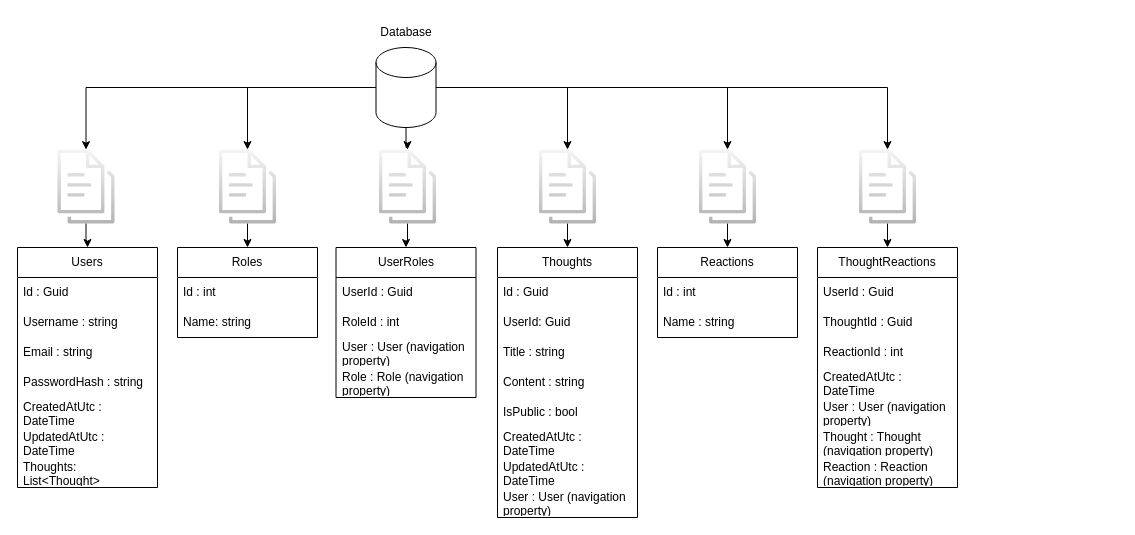
This is page "1 oldal" (1 of 2) of backend/Database.drawio from Fall1nglight/Thoughts.io, a draw.io file, before an edit. Source tidied: cells renumbered, new cells numbered last; positions are measured from the earlier drawing's top-left corner, leaving out a move shared by most shapes. Both pictures are drawn from the tidied source at 100%, with x=0, y=0 at pixel (17, 17).
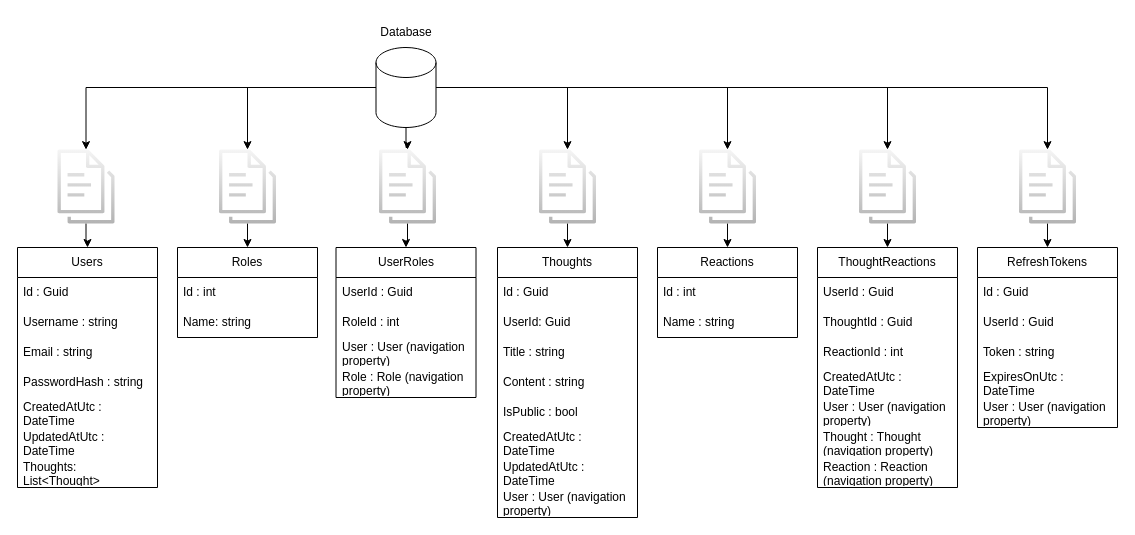
The same page after the edit.

Commit message (it also covers changes not shown here):
📈 progress: updated database structure, 🔧 fix: stop tracking draw.io backup

The change refers to these unchanged cells:
```xml
<mxCell id="8" style="shape=cylinder3;whiteSpace=wrap;html=1;boundedLbl=1;backgroundOutline=1;size=15;" parent="1" vertex="1">
  <mxGeometry x="358.5" y="30" width="60" height="80" as="geometry" />
</mxCell>
```

Diff of the diagram source:
```diff
@@
+    <mxCell id="58" style="edgeStyle=orthogonalEdgeStyle;rounded=0;jettySize=auto;html=1;" parent="1" edge="1" source="8" target="66">
+      <mxGeometry relative="1" as="geometry" />
+    </mxCell>
@@
+    <mxCell id="59" value="RefreshTokens" style="swimlane;fontStyle=0;horizontal=1;startSize=30;whiteSpace=wrap;html=1;" parent="1" vertex="1">
+      <mxGeometry x="960" y="230" width="140" height="180" as="geometry" />
+    </mxCell>
+    <mxCell id="60" value="Id : Guid" style="text;strokeColor=none;fillColor=none;align=left;verticalAlign=middle;spacingLeft=4;spacingRight=4;overflow=hidden;whiteSpace=wrap;html=1;" parent="59" vertex="1">
+      <mxGeometry y="30" width="140" height="30" as="geometry" />
+    </mxCell>
+    <mxCell id="61" value="UserId : Guid" style="text;strokeColor=none;fillColor=none;align=left;verticalAlign=middle;spacingLeft=4;spacingRight=4;overflow=hidden;whiteSpace=wrap;html=1;" parent="59" vertex="1">
+      <mxGeometry y="60" width="140" height="30" as="geometry" />
+    </mxCell>
+    <mxCell id="62" value="Token : string" style="text;strokeColor=none;fillColor=none;align=left;verticalAlign=middle;spacingLeft=4;spacingRight=4;overflow=hidden;whiteSpace=wrap;html=1;" parent="59" vertex="1">
+      <mxGeometry y="90" width="140" height="30" as="geometry" />
+    </mxCell>
+    <mxCell id="63" value="ExpiresOnUtc : DateTime" style="text;strokeColor=none;fillColor=none;align=left;verticalAlign=middle;spacingLeft=4;spacingRight=4;overflow=hidden;whiteSpace=wrap;html=1;" parent="59" vertex="1">
+      <mxGeometry y="120" width="140" height="30" as="geometry" />
+    </mxCell>
+    <mxCell id="64" value="User : User (navigation property)" style="text;strokeColor=none;fillColor=none;align=left;verticalAlign=middle;spacingLeft=4;spacingRight=4;overflow=hidden;whiteSpace=wrap;html=1;" parent="59" vertex="1">
+      <mxGeometry y="150" width="140" height="30" as="geometry" />
+    </mxCell>
+    <mxCell id="65" style="edgeStyle=orthogonalEdgeStyle;rounded=0;jettySize=auto;html=1;" parent="1" edge="1" source="66" target="59">
+      <mxGeometry relative="1" as="geometry" />
+    </mxCell>
+    <mxCell id="66" style="sketch=0;outlineConnect=0;fillColor=#f5f5f5;strokeColor=#666666;dashed=0;verticalLabelPosition=bottom;verticalAlign=top;align=center;html=1;fontSize=12;fontStyle=0;shape=mxgraph.aws4.documents3;gradientColor=#b3b3b3;" parent="1" vertex="1">
+      <mxGeometry x="1001.5" y="130" width="57" height="78" as="geometry" />
+    </mxCell>
```
